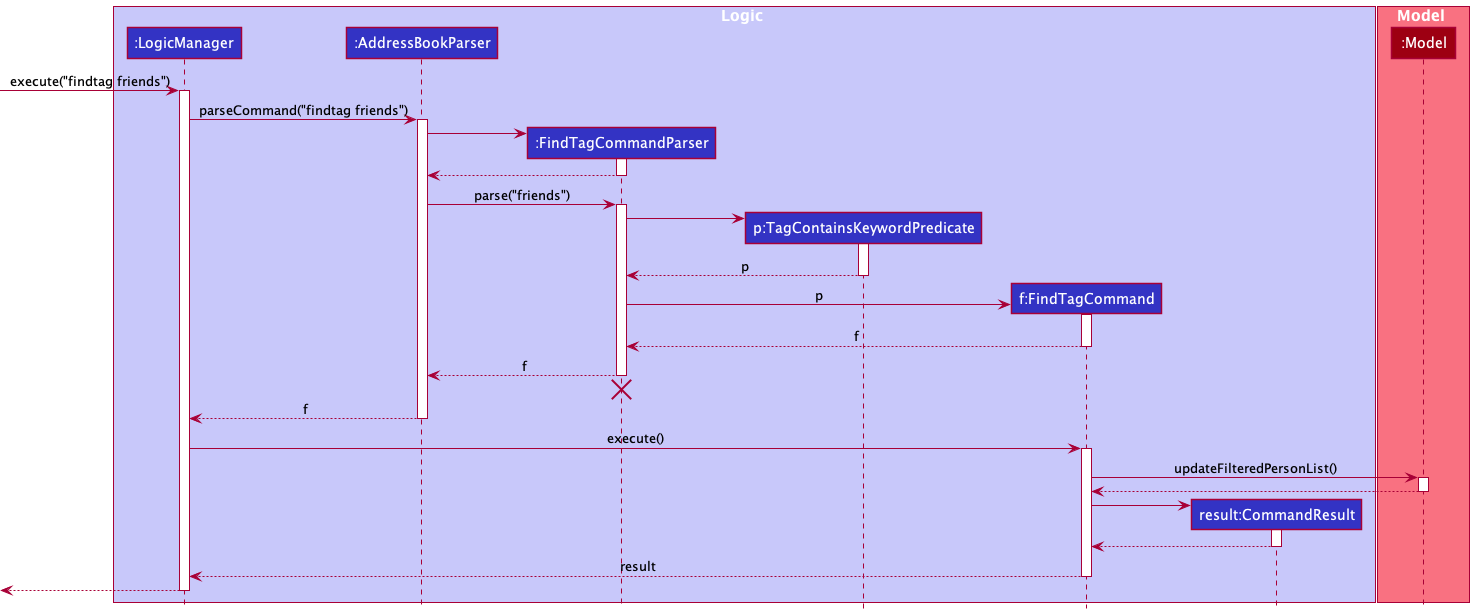
Above: docs/images/FindTagSequenceDiagram.png in weijuey/tp (PlantUML), before the change.
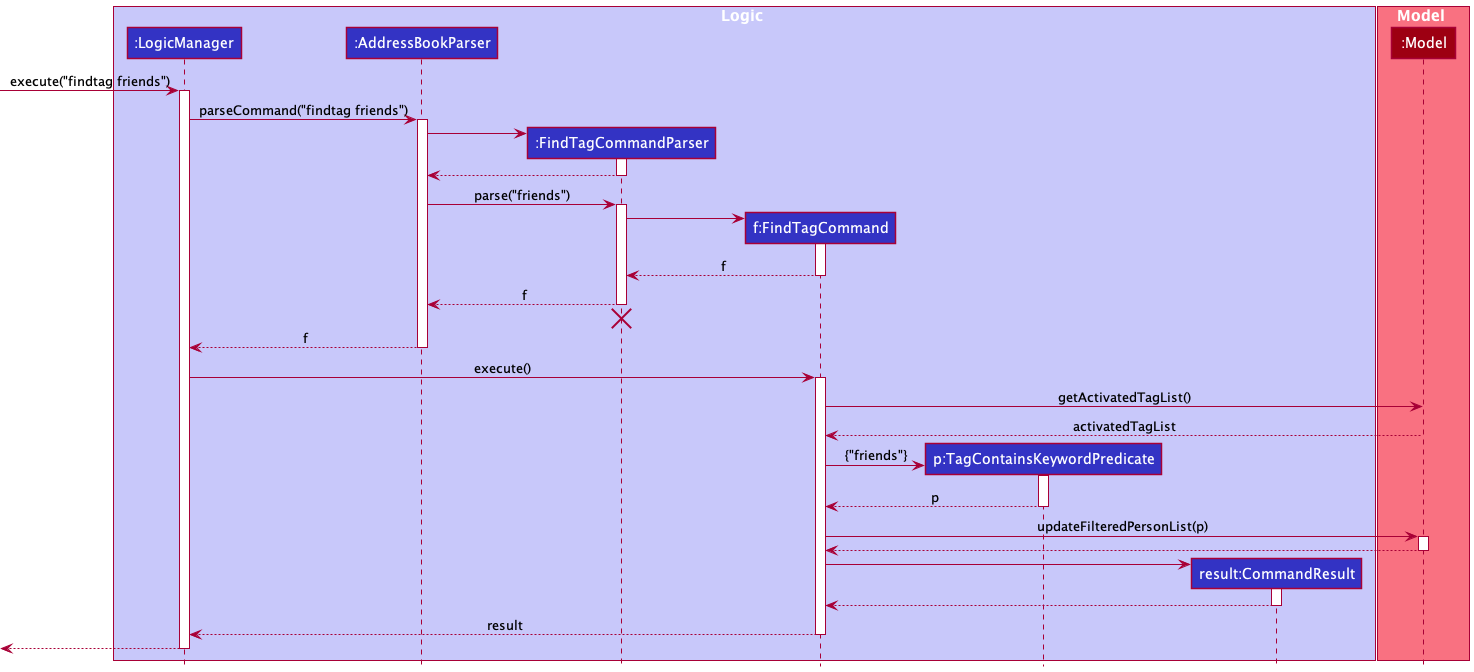
Later version of the same file.

Commit message:
Update sequence diagram for find tag

Change to the diagram source:
```diff
@@ -5,8 +5,8 @@
 participant ":LogicManager" as LogicManager LOGIC_COLOR
 participant ":AddressBookParser" as AddressBookParser LOGIC_COLOR
 participant ":FindTagCommandParser" as FindTagCommandParser LOGIC_COLOR
+participant "f:FindTagCommand" as FindTagCommand LOGIC_COLOR
 participant "p:TagContainsKeywordPredicate" as TagContainsKeywordPredicate LOGIC_COLOR
-participant "f:FindTagCommand" as FindTagCommand LOGIC_COLOR
 participant "result:CommandResult" as CommandResult LOGIC_COLOR
 
 end box
@@ -31,15 +31,8 @@
 AddressBookParser -> FindTagCommandParser : parse("friends")
 activate FindTagCommandParser
 
-create TagContainsKeywordPredicate
-FindTagCommandParser -> TagContainsKeywordPredicate
-activate TagContainsKeywordPredicate
-
-TagContainsKeywordPredicate --> FindTagCommandParser : p
-deactivate TagContainsKeywordPredicate
-
 create FindTagCommand
-FindTagCommandParser -> FindTagCommand : p
+FindTagCommandParser -> FindTagCommand
 activate FindTagCommand
 
 FindTagCommand --> FindTagCommandParser : f
@@ -56,7 +49,18 @@
 LogicManager -> FindTagCommand : execute()
 activate FindTagCommand
 
-FindTagCommand -> Model : updateFilteredPersonList()
+FindTagCommand -> Model : getActivatedTagList()
+
+Model --> FindTagCommand : activatedTagList
+
+create TagContainsKeywordPredicate
+FindTagCommand -> TagContainsKeywordPredicate : {"friends"}
+activate TagContainsKeywordPredicate
+TagContainsKeywordPredicate --> FindTagCommand : p
+deactivate TagContainsKeywordPredicate
+
+
+FindTagCommand -> Model : updateFilteredPersonList(p)
 activate Model
 
 Model --> FindTagCommand
```
